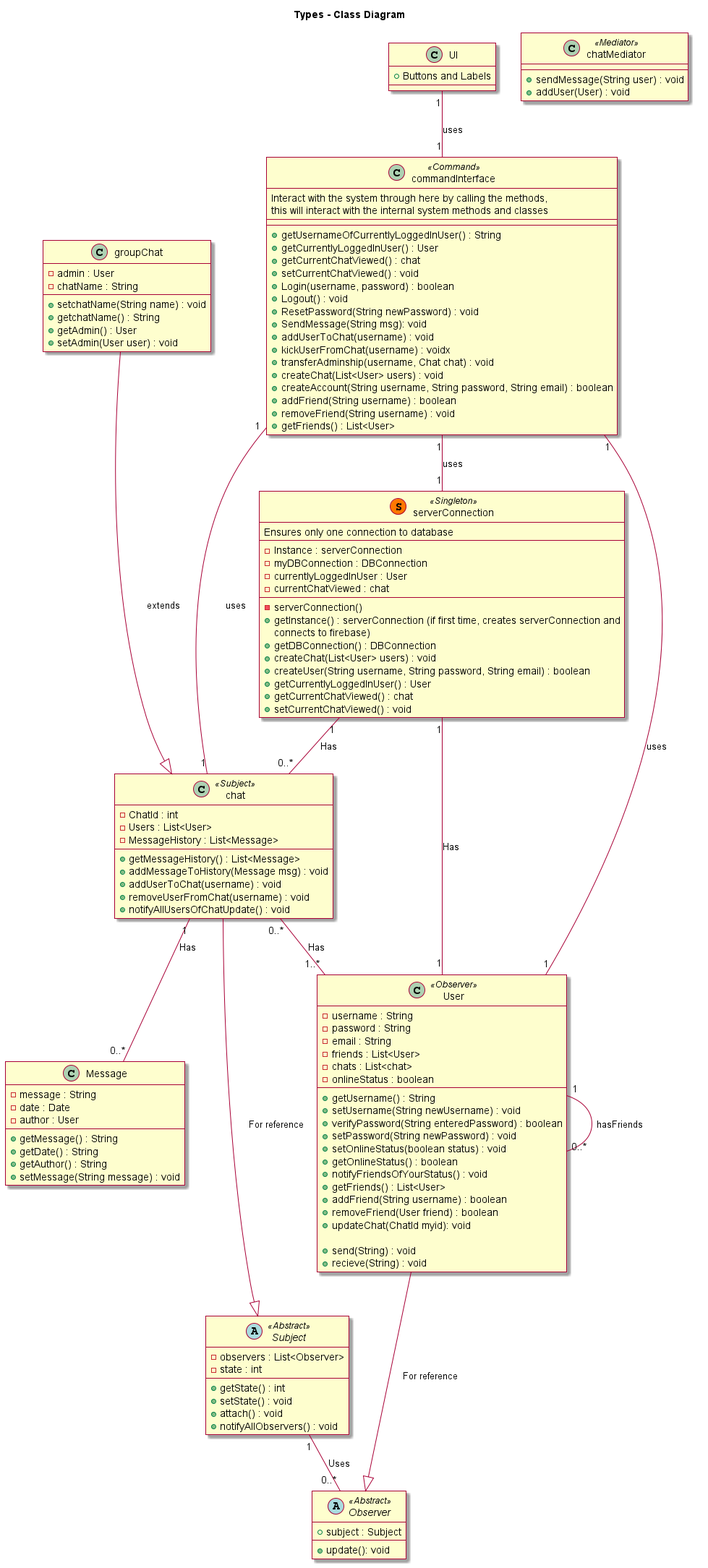
Before: diagrams/out/diagrams/class_diagram/class_diagram.png, a diagram exported from PlantUML (UBCO-COSC-310-Winter-2022-T2/the-project-marbl). Its diagram source:
```plantuml
@startuml
skin rose

title Types - Class Diagram


skinparam componentStyle uml2


class Message{
    - message : String
    - date : Date
    - author : User
    +getMessage() : String
    +getDate() : String
    +getAuthor() : String
    +setMessage(String message) : void
}

class User <<Observer>> {
    -username : String
    -password : String
    -email : String
    -friends : List<User>
    -chats : List<chat>
    -onlineStatus : boolean

    +getUsername() : String
    +setUsername(String newUsername) : void
    +verifyPassword(String enteredPassword) : boolean
    +setPassword(String newPassword) : void
    +setOnlineStatus(boolean status) : void
    +getOnlineStatus() : boolean
    +notifyFriendsOfYourStatus() : void
    +getFriends() : List<User>
    +addFriend(String username) : boolean
    +removeFriend(User friend) : boolean
    +updateChat(ChatId myid): void

    +send(String) : void
    +recieve(String) : void
}

User "1"--"0..*" User : hasFriends

Class chatMediator <<Mediator>> {
    +sendMessage(String user) : void
    +addUser(User) : void
}



Abstract Observer <<Abstract>> {
    +subject : Subject
    +update(): void
}

Abstract Subject <<Abstract>> {
    -observers : List<Observer>
    -state : int
    +getState() : int
    +setState() : void
    +attach() : void
    +notifyAllObservers() : void
}

Subject "1"--"0..*" Observer : Uses


Class groupChat {
    -admin : User
    -chatName : String
    +setchatName(String name) : void
    +getchatName() : String
    +getAdmin() : User
    +setAdmin(User user) : void
}

Class chat <<Subject>> {
    -ChatId : int
    -Users : List<User>
    -MessageHistory : List<Message>
    +getMessageHistory() : List<Message>
    +addMessageToHistory(Message msg) : void
    +addUserToChat(username) : void
    +removeUserFromChat(username) : void
    +notifyAllUsersOfChatUpdate() : void
}

chat "0..*" -- "1..*" User : Has

chat "1" -- "0..*" Message : Has

groupChat---|> chat : extends

chat ---|> Subject : For reference
User ---|> Observer : For reference

class serverConnection << (S,#FF7700) Singleton >>{
    Ensures only one connection to database
    --
    -Instance : serverConnection
    -myDBConnection : DBConnection
    -currentlyLoggedInUser : User
    -currentChatViewed : chat
    --
    -serverConnection()
    +getInstance() : serverConnection (if first time, creates serverConnection and
    connects to firebase)
    +getDBConnection() : DBConnection
    +createChat(List<User> users) : void
    +createUser(String username, String password, String email) : boolean
    +getCurrentlyLoggedInUser() : User
    +getCurrentChatViewed() : chat
    +setCurrentChatViewed() : void
}
serverConnection "1" -- "0..*" chat : Has
serverConnection "1" -- "1" User : Has

class commandInterface <<Command>> {
    Interact with the system through here by calling the methods,
    this will interact with the internal system methods and classes
    --
    --
    +getUsernameOfCurrentlyLoggedInUser() : String
    +getCurrentlyLoggedInUser() : User
    +getCurrentChatViewed() : chat
    +setCurrentChatViewed() : void
    +Login(username, password) : boolean
    +Logout() : void
    +ResetPassword(String newPassword) : void
    +SendMessage(String msg): void
    +addUserToChat(username) : void
    +kickUserFromChat(username) : voidx
    +transferAdminship(username, Chat chat) : void
    +createChat(List<User> users) : void
    +createAccount(String username, String password, String email) : boolean
    +addFriend(String username) : boolean
    +removeFriend(String username) : void
    +getFriends() : List<User>
}

commandInterface "1" -- "1" User : uses
commandInterface "1" -- "1" serverConnection : uses
commandInterface "1" -- "1" chat: uses

class UI {
    +Buttons and Labels
}

UI "1" -- "1" commandInterface : uses
@enduml
```
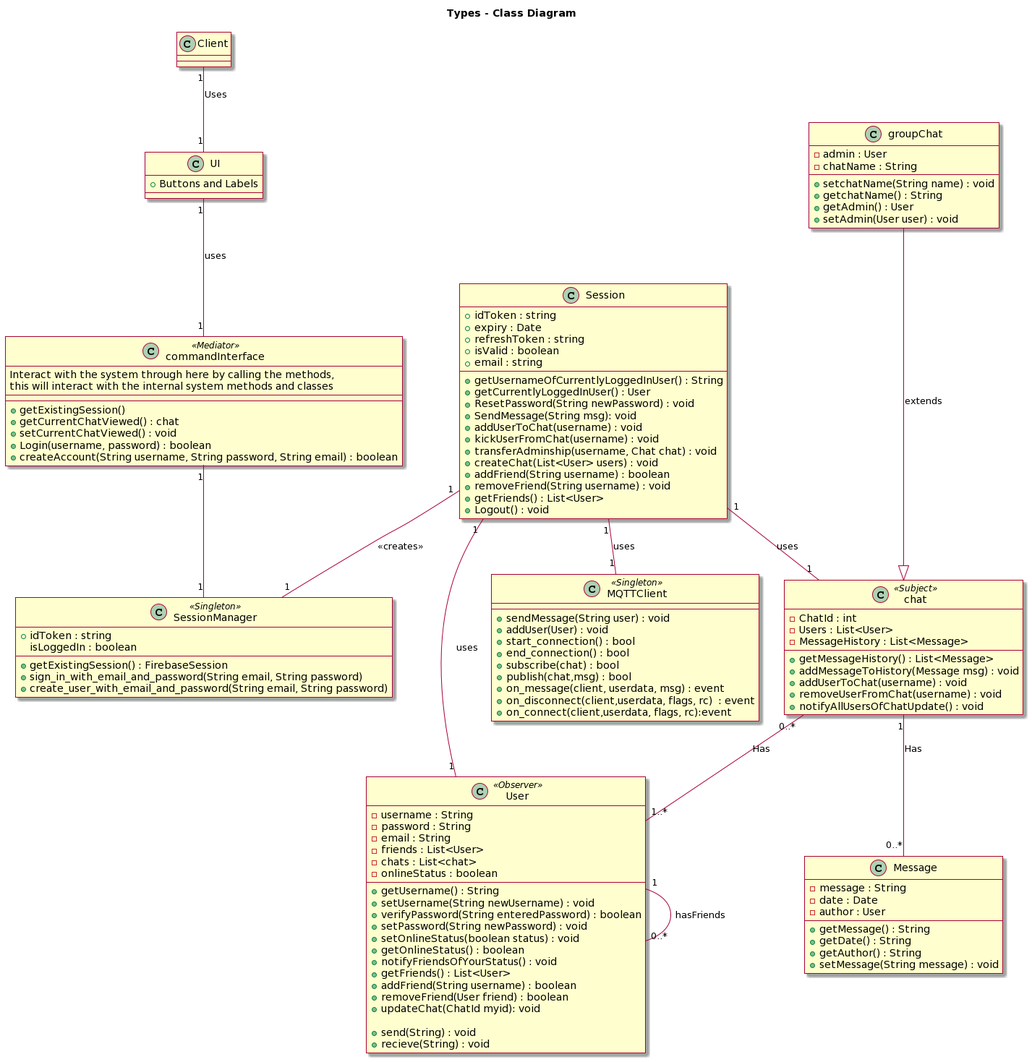
After the change.

Commit message:
Edit client class diagram

Diff of the diagram source:
```diff
@@ -5,7 +5,8 @@
 
 
 skinparam componentStyle uml2
-
+class Client{}
+Client "1"--"1" UI: Uses
 
 class Message{
     - message : String
@@ -43,28 +44,17 @@
 
 User "1"--"0..*" User : hasFriends
 
-Class chatMediator <<Mediator>> {
+Class MQTTClient <<Singleton>> {
     +sendMessage(String user) : void
     +addUser(User) : void
+    +start_connection() : bool
+    +end_connection() : bool
+    +subscribe(chat) : bool
+    +publish(chat,msg) : bool
+    +on_message(client, userdata, msg) : event
+    +on_disconnect(client,userdata, flags, rc)  : event
+    +on_connect(client,userdata, flags, rc):event
 }
-
-
-
-Abstract Observer <<Abstract>> {
-    +subject : Subject
-    +update(): void
-}
-
-Abstract Subject <<Abstract>> {
-    -observers : List<Observer>
-    -state : int
-    +getState() : int
-    +setState() : void
-    +attach() : void
-    +notifyAllObservers() : void
-}
-
-Subject "1"--"0..*" Observer : Uses
 
 
 Class groupChat {
@@ -93,60 +83,55 @@
 
 groupChat---|> chat : extends
 
-chat ---|> Subject : For reference
-User ---|> Observer : For reference
-
-class serverConnection << (S,#FF7700) Singleton >>{
-    Ensures only one connection to database
-    --
-    -Instance : serverConnection
-    -myDBConnection : DBConnection
-    -currentlyLoggedInUser : User
-    -currentChatViewed : chat
-    --
-    -serverConnection()
-    +getInstance() : serverConnection (if first time, creates serverConnection and
-    connects to firebase)
-    +getDBConnection() : DBConnection
-    +createChat(List<User> users) : void
-    +createUser(String username, String password, String email) : boolean
-    +getCurrentlyLoggedInUser() : User
-    +getCurrentChatViewed() : chat
-    +setCurrentChatViewed() : void
-}
-serverConnection "1" -- "0..*" chat : Has
-serverConnection "1" -- "1" User : Has
-
-class commandInterface <<Command>> {
+class commandInterface <<Mediator>> {
     Interact with the system through here by calling the methods,
     this will interact with the internal system methods and classes
     --
     --
-    +getUsernameOfCurrentlyLoggedInUser() : String
-    +getCurrentlyLoggedInUser() : User
+    +getExistingSession()
     +getCurrentChatViewed() : chat
     +setCurrentChatViewed() : void
     +Login(username, password) : boolean
-    +Logout() : void
-    +ResetPassword(String newPassword) : void
-    +SendMessage(String msg): void
-    +addUserToChat(username) : void
-    +kickUserFromChat(username) : voidx
-    +transferAdminship(username, Chat chat) : void
-    +createChat(List<User> users) : void
     +createAccount(String username, String password, String email) : boolean
-    +addFriend(String username) : boolean
-    +removeFriend(String username) : void
-    +getFriends() : List<User>
 }
 
-commandInterface "1" -- "1" User : uses
-commandInterface "1" -- "1" serverConnection : uses
-commandInterface "1" -- "1" chat: uses
+Session "1" -- "1" User : uses
+Session "1" -- "1" chat: uses
 
 class UI {
     +Buttons and Labels
 }
 
+class Session{
+    +idToken : string
+    +expiry : Date
+    +refreshToken : string
+    +isValid : boolean
+    +email : string
+    +getUsernameOfCurrentlyLoggedInUser() : String
+    +getCurrentlyLoggedInUser() : User
+    +ResetPassword(String newPassword) : void
+    +SendMessage(String msg): void
+    +addUserToChat(username) : void
+    +kickUserFromChat(username) : void
+    +transferAdminship(username, Chat chat) : void
+    +createChat(List<User> users) : void
+    +addFriend(String username) : boolean
+    +removeFriend(String username) : void
+    +getFriends() : List<User>
+    +Logout() : void
+}
+
+class SessionManager <<Singleton>>{
+    +idToken : string
+    isLoggedIn : boolean
+    +getExistingSession() : FirebaseSession
+    +sign_in_with_email_and_password(String email, String password)
+    +create_user_with_email_and_password(String email, String password)
+}
+
+Session "1" -- "1" MQTTClient : uses
+Session "1" -- "1" SessionManager : <<creates>>
 UI "1" -- "1" commandInterface : uses
+commandInterface "1" -- "1" SessionManager
 @enduml
```
